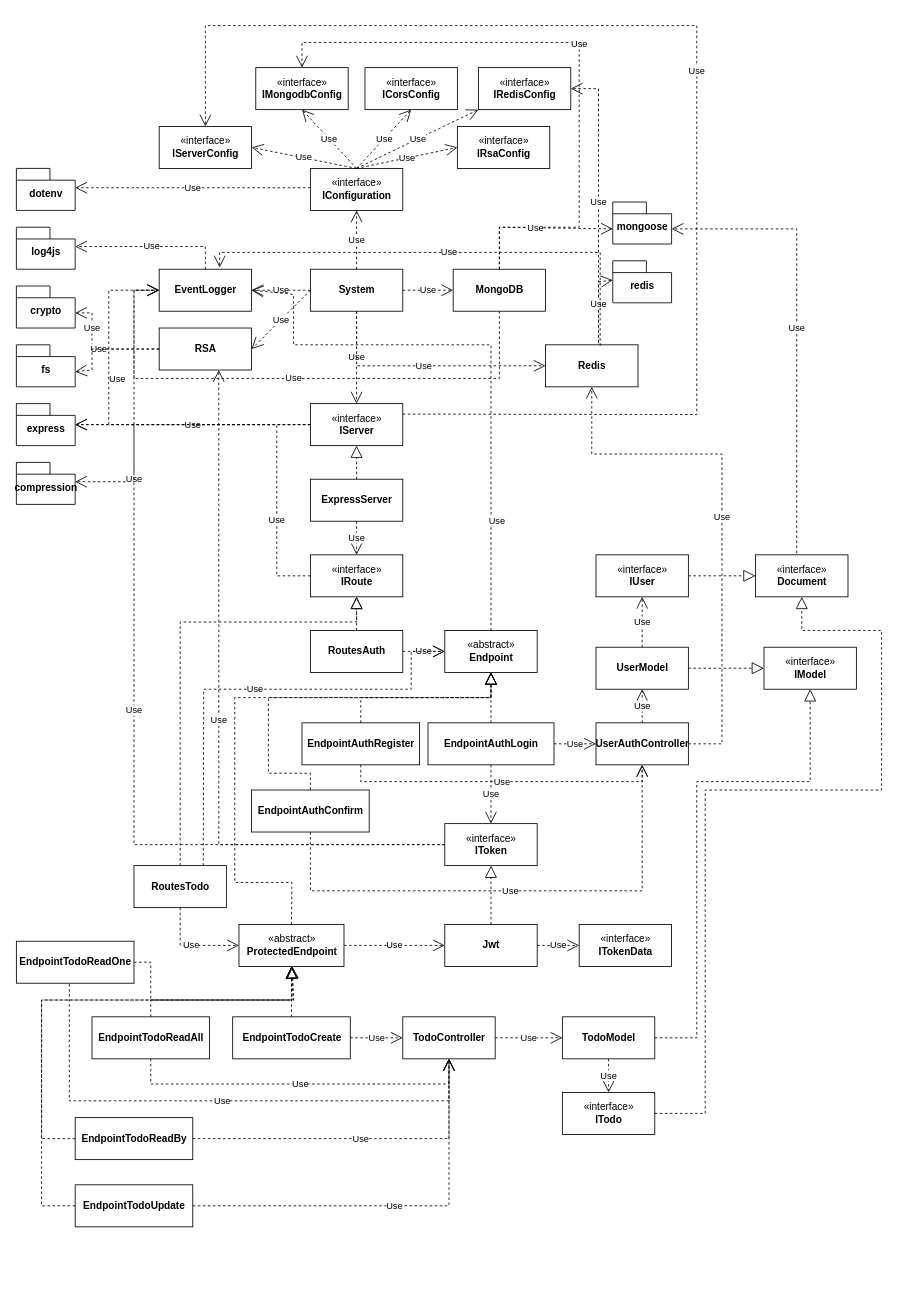
Above: api-docs/draw.io/architecture.drawio in syr0s/todo-backend (draw.io), before the change. Source tidied: cells renumbered, new cells numbered last; positions are measured from the earlier drawing's top-left corner, leaving out a move shared by most shapes. Both pictures are drawn from the tidied source at 84%, with x=0, y=0 at pixel (16, 25).
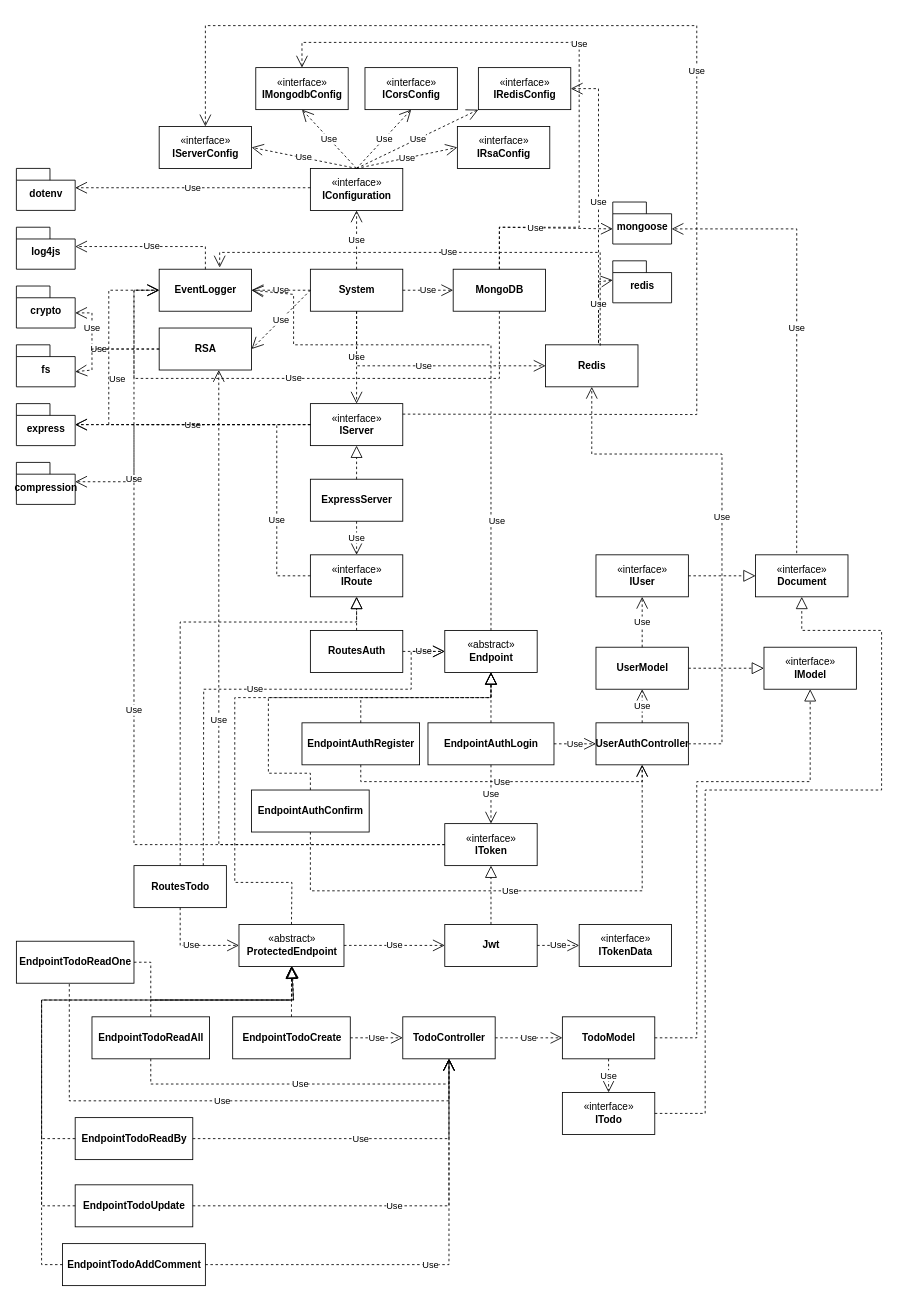
The same page after the edit.

The change refers to these unchanged cells:
```xml
<mxCell id="89" value="«abstract»&lt;br&gt;&lt;b&gt;ProtectedEndpoint&lt;/b&gt;" style="html=1;" parent="1" vertex="1">
  <mxGeometry x="265" y="1070" width="125" height="50" as="geometry" />
</mxCell>
<mxCell id="96" value="TodoController" style="html=1;fontStyle=1;" parent="1" vertex="1">
  <mxGeometry x="460" y="1180" width="110" height="50" as="geometry" />
</mxCell>
```

Change to the diagram source:
```diff
@@
+    <mxCell id="114" value="EndpointTodoAddComment" style="html=1;fontStyle=1;" parent="1" vertex="1">
+      <mxGeometry x="55" y="1450" width="170" height="50" as="geometry" />
+    </mxCell>
+    <mxCell id="115" style="endArrow=block;dashed=1;endFill=0;endSize=12;html=1;rounded=0;exitX=0;exitY=0.5;exitDx=0;exitDy=0;entryX=0.5;entryY=1;entryDx=0;entryDy=0;" parent="1" edge="1" source="114" target="89">
+      <mxGeometry relative="1" as="geometry">
+        <Array as="points">
+          <mxPoint x="30" y="1475" />
+          <mxPoint x="30" y="1160" />
+          <mxPoint x="330" y="1160" />
+        </Array>
+      </mxGeometry>
+    </mxCell>
+    <mxCell id="116" value="Use" style="endArrow=open;endSize=12;dashed=1;html=1;rounded=0;exitX=1;exitY=0.5;exitDx=0;exitDy=0;entryX=0.5;entryY=1;entryDx=0;entryDy=0;" parent="1" edge="1" source="114" target="96">
+      <mxGeometry relative="1" as="geometry">
+        <Array as="points">
+          <mxPoint x="515" y="1475" />
+        </Array>
+      </mxGeometry>
+    </mxCell>
```
